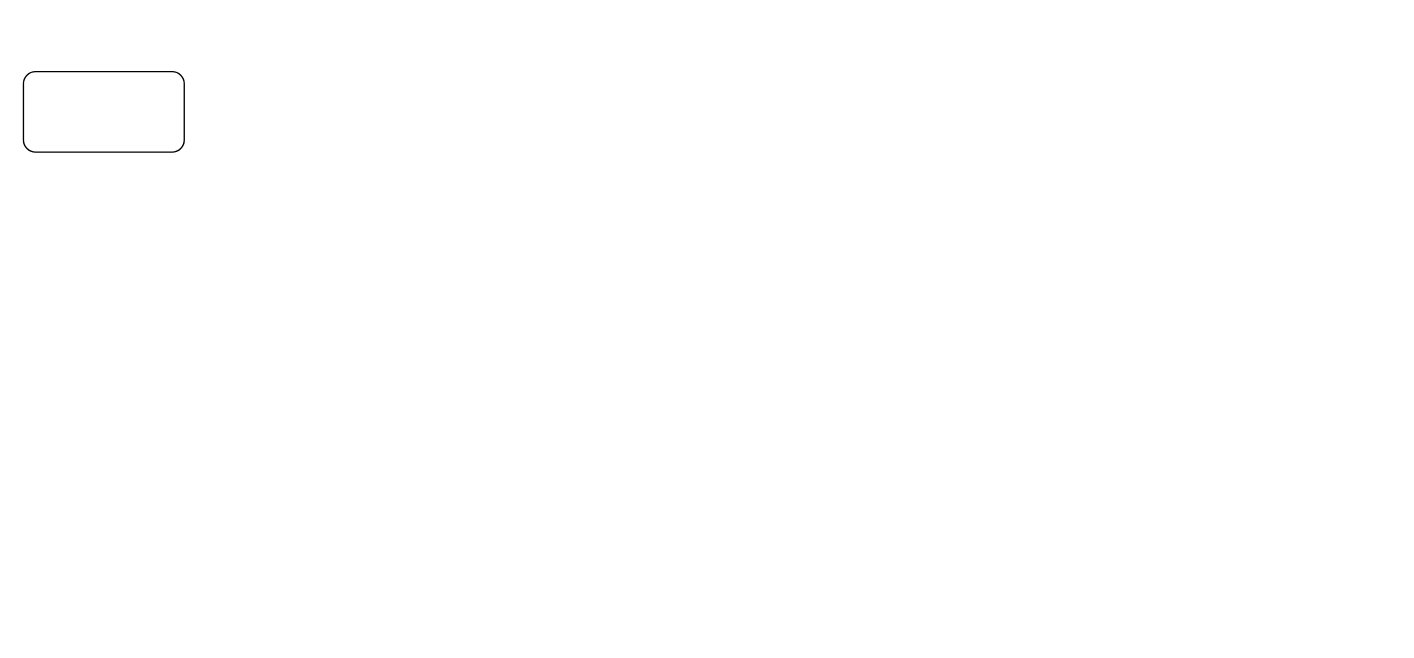
Above: docs/Lora Capstone.drawio in lora7142/Capstone (draw.io), before the change. Source tidied: cells renumbered, new cells numbered last; positions are measured from the earlier drawing's top-left corner, leaving out a move shared by most shapes. Both pictures are drawn from the tidied source at 134%, with x=0, y=0 at pixel (23, 71).
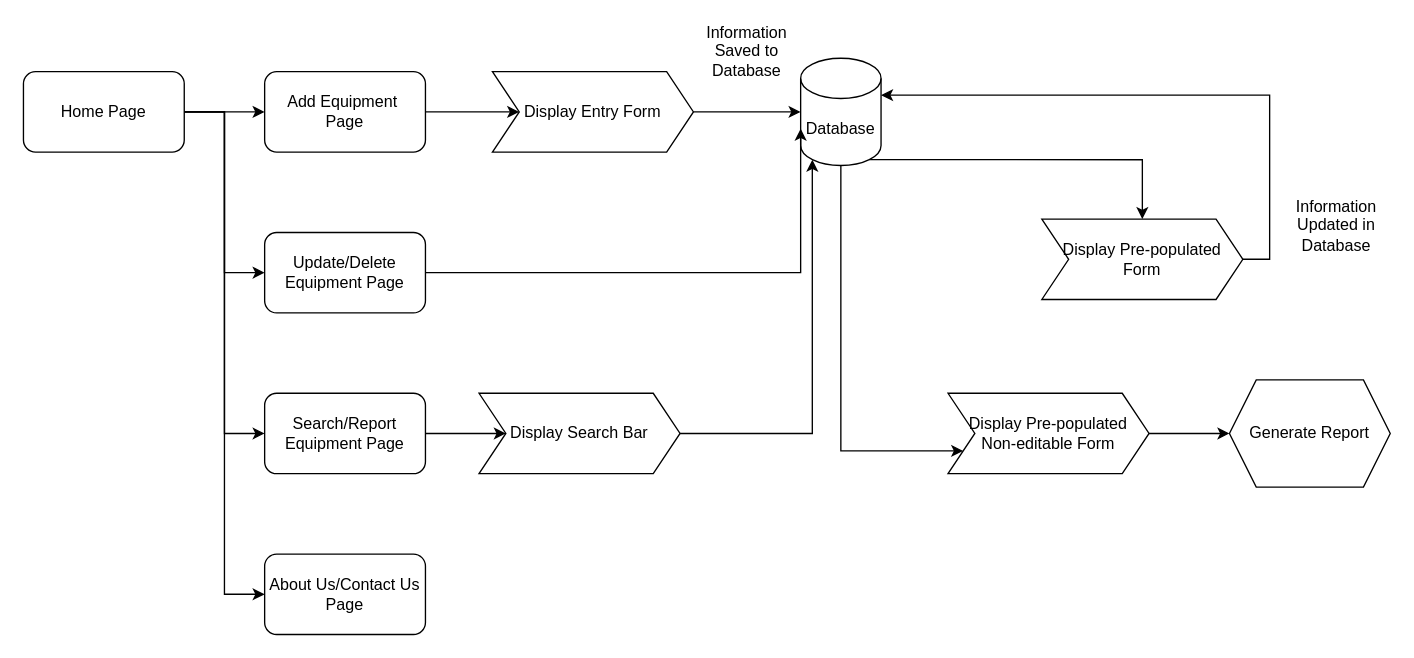
Above is the later version.

Change to the diagram source:
```diff
@@
+    <mxCell id="3" style="edgeStyle=orthogonalEdgeStyle;rounded=0;jettySize=auto;html=1;exitX=1;exitY=0.5;exitDx=0;exitDy=0;" parent="1" edge="1" source="2" target="8">
+      <mxGeometry relative="1" as="geometry" />
+    </mxCell>
+    <mxCell id="4" style="edgeStyle=orthogonalEdgeStyle;rounded=0;jettySize=auto;html=1;exitX=1;exitY=0.5;exitDx=0;exitDy=0;entryX=0;entryY=0.5;entryDx=0;entryDy=0;" parent="1" edge="1" source="2" target="9">
+      <mxGeometry relative="1" as="geometry" />
+    </mxCell>
+    <mxCell id="5" style="edgeStyle=orthogonalEdgeStyle;rounded=0;jettySize=auto;html=1;exitX=1;exitY=0.5;exitDx=0;exitDy=0;entryX=0;entryY=0.5;entryDx=0;entryDy=0;" parent="1" edge="1" source="2" target="10">
+      <mxGeometry relative="1" as="geometry" />
+    </mxCell>
+    <mxCell id="6" style="edgeStyle=orthogonalEdgeStyle;rounded=0;jettySize=auto;html=1;exitX=1;exitY=0.5;exitDx=0;exitDy=0;entryX=0;entryY=0.5;entryDx=0;entryDy=0;" parent="1" edge="1" source="2" target="11">
+      <mxGeometry relative="1" as="geometry" />
+    </mxCell>
-    <mxCell id="2" style="rounded=1;whiteSpace=wrap;html=1;" parent="1" vertex="1">
+    <mxCell id="2" value="Home Page" style="rounded=1;whiteSpace=wrap;html=1;" parent="1" vertex="1">
       <mxGeometry width="120" height="60" as="geometry" />
     </mxCell>
+    <mxCell id="7" style="edgeStyle=orthogonalEdgeStyle;rounded=0;jettySize=auto;html=1;exitX=1;exitY=0.5;exitDx=0;exitDy=0;" parent="1" edge="1" source="8" target="12">
+      <mxGeometry relative="1" as="geometry" />
+    </mxCell>
+    <mxCell id="8" value="Add Equipment&amp;nbsp;&lt;div&gt;&lt;span style=&quot;background-color: transparent; color: light-dark(rgb(0, 0, 0), rgb(255, 255, 255));&quot;&gt;Page&lt;/span&gt;&lt;/div&gt;" style="rounded=1;whiteSpace=wrap;html=1;" parent="1" vertex="1">
+      <mxGeometry x="180" width="120" height="60" as="geometry" />
+    </mxCell>
+    <mxCell id="9" value="Update/Delete Equipment Page" style="rounded=1;whiteSpace=wrap;html=1;" parent="1" vertex="1">
+      <mxGeometry x="180" y="120" width="120" height="60" as="geometry" />
+    </mxCell>
+    <mxCell id="10" value="Search/Report Equipment Page" style="rounded=1;whiteSpace=wrap;html=1;" parent="1" vertex="1">
+      <mxGeometry x="180" y="240" width="120" height="60" as="geometry" />
+    </mxCell>
+    <mxCell id="11" value="About Us/Contact Us Page" style="rounded=1;whiteSpace=wrap;html=1;" parent="1" vertex="1">
+      <mxGeometry x="180" y="360" width="120" height="60" as="geometry" />
+    </mxCell>
+    <mxCell id="12" value="Display Entry Form" style="shape=step;perimeter=stepPerimeter;whiteSpace=wrap;html=1;fixedSize=1;" parent="1" vertex="1">
+      <mxGeometry x="350" width="150" height="60" as="geometry" />
+    </mxCell>
+    <mxCell id="13" style="edgeStyle=orthogonalEdgeStyle;rounded=0;jettySize=auto;html=1;exitX=0.855;exitY=1;exitDx=0;exitDy=-4.35;exitPerimeter=0;entryX=0.5;entryY=0;entryDx=0;entryDy=0;" parent="1" edge="1" source="15" target="19">
+      <mxGeometry relative="1" as="geometry" />
+    </mxCell>
+    <mxCell id="14" style="edgeStyle=orthogonalEdgeStyle;rounded=0;jettySize=auto;html=1;exitX=0.5;exitY=1;exitDx=0;exitDy=0;exitPerimeter=0;" parent="1" edge="1" source="15" target="22">
+      <mxGeometry relative="1" as="geometry">
+        <Array as="points">
+          <mxPoint x="610" y="283" />
+        </Array>
+      </mxGeometry>
+    </mxCell>
+    <mxCell id="15" value="Database" style="shape=cylinder3;whiteSpace=wrap;html=1;boundedLbl=1;backgroundOutline=1;size=15;" parent="1" vertex="1">
+      <mxGeometry x="580" y="-10" width="60" height="80" as="geometry" />
+    </mxCell>
+    <mxCell id="16" style="edgeStyle=orthogonalEdgeStyle;rounded=0;jettySize=auto;html=1;exitX=1;exitY=0.5;exitDx=0;exitDy=0;entryX=0;entryY=0.5;entryDx=0;entryDy=0;entryPerimeter=0;" parent="1" edge="1" source="12" target="15">
+      <mxGeometry relative="1" as="geometry" />
+    </mxCell>
+    <mxCell id="17" value="Information Saved to Database" style="text;html=1;align=center;verticalAlign=middle;whiteSpace=wrap;rounded=0;" parent="1" vertex="1">
+      <mxGeometry x="510" y="-30" width="60" height="30" as="geometry" />
+    </mxCell>
+    <mxCell id="18" style="edgeStyle=orthogonalEdgeStyle;rounded=0;jettySize=auto;html=1;exitX=1;exitY=0.5;exitDx=0;exitDy=0;entryX=1;entryY=0;entryDx=0;entryDy=27.5;entryPerimeter=0;" parent="1" edge="1" source="19" target="15">
+      <mxGeometry relative="1" as="geometry" />
+    </mxCell>
+    <mxCell id="19" value="Display Pre-populated Form" style="shape=step;perimeter=stepPerimeter;whiteSpace=wrap;html=1;fixedSize=1;" parent="1" vertex="1">
+      <mxGeometry x="760" y="110" width="150" height="60" as="geometry" />
+    </mxCell>
+    <mxCell id="20" value="Information Updated in Database" style="text;html=1;align=center;verticalAlign=middle;whiteSpace=wrap;rounded=0;" parent="1" vertex="1">
+      <mxGeometry x="950" y="100" width="60" height="30" as="geometry" />
+    </mxCell>
+    <mxCell id="21" style="edgeStyle=orthogonalEdgeStyle;rounded=0;jettySize=auto;html=1;exitX=1;exitY=0.5;exitDx=0;exitDy=0;entryX=0;entryY=0.5;entryDx=0;entryDy=0;" parent="1" edge="1" source="22" target="23">
+      <mxGeometry relative="1" as="geometry" />
+    </mxCell>
+    <mxCell id="22" value="Display Pre-populated &lt;br&gt;Non-editable Form" style="shape=step;perimeter=stepPerimeter;whiteSpace=wrap;html=1;fixedSize=1;" parent="1" vertex="1">
+      <mxGeometry x="690" y="240" width="150" height="60" as="geometry" />
+    </mxCell>
+    <mxCell id="23" value="Generate Report" style="shape=hexagon;perimeter=hexagonPerimeter2;whiteSpace=wrap;html=1;fixedSize=1;" parent="1" vertex="1">
+      <mxGeometry x="900" y="230" width="120" height="80" as="geometry" />
+    </mxCell>
+    <mxCell id="24" style="edgeStyle=orthogonalEdgeStyle;rounded=0;jettySize=auto;html=1;exitX=1;exitY=0.5;exitDx=0;exitDy=0;" parent="1" edge="1" source="10" target="26">
+      <mxGeometry relative="1" as="geometry" />
+    </mxCell>
+    <mxCell id="25" style="edgeStyle=orthogonalEdgeStyle;rounded=0;jettySize=auto;html=1;exitX=1;exitY=0.5;exitDx=0;exitDy=0;entryX=0;entryY=0;entryDx=0;entryDy=52.5;entryPerimeter=0;" parent="1" edge="1" source="9" target="15">
+      <mxGeometry relative="1" as="geometry">
+        <Array as="points">
+          <mxPoint x="580" y="150" />
+        </Array>
+      </mxGeometry>
+    </mxCell>
+    <mxCell id="26" value="Display Search Bar" style="shape=step;perimeter=stepPerimeter;whiteSpace=wrap;html=1;fixedSize=1;" parent="1" vertex="1">
+      <mxGeometry x="340" y="240" width="150" height="60" as="geometry" />
+    </mxCell>
+    <mxCell id="27" style="edgeStyle=orthogonalEdgeStyle;rounded=0;jettySize=auto;html=1;exitX=1;exitY=0.5;exitDx=0;exitDy=0;entryX=0.145;entryY=1;entryDx=0;entryDy=-4.35;entryPerimeter=0;" parent="1" edge="1" source="26" target="15">
+      <mxGeometry relative="1" as="geometry" />
+    </mxCell>
```
